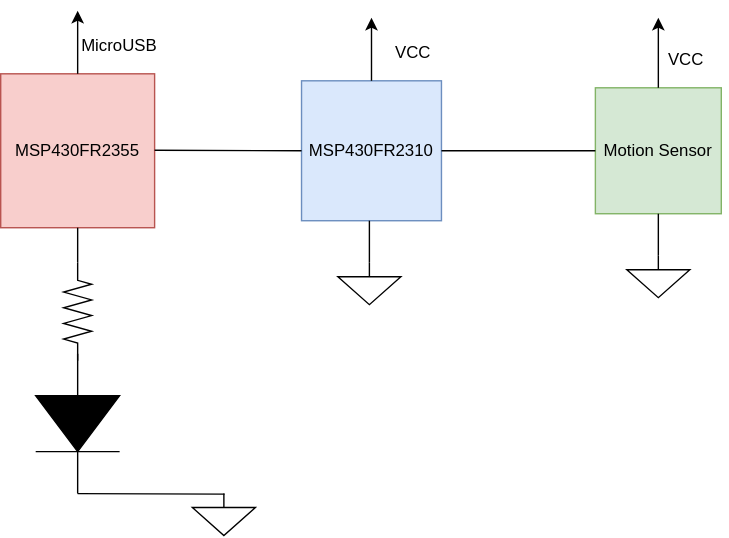
Before: docs/planning/Final-CircuitDiagram.drawio.svg, a diagram exported from draw.io (msu-eele-465/final-project-lukej267). Source tidied: cells renumbered, new cells last; positions are measured from the earlier drawing's top-left corner, leaving out a move shared by most shapes.
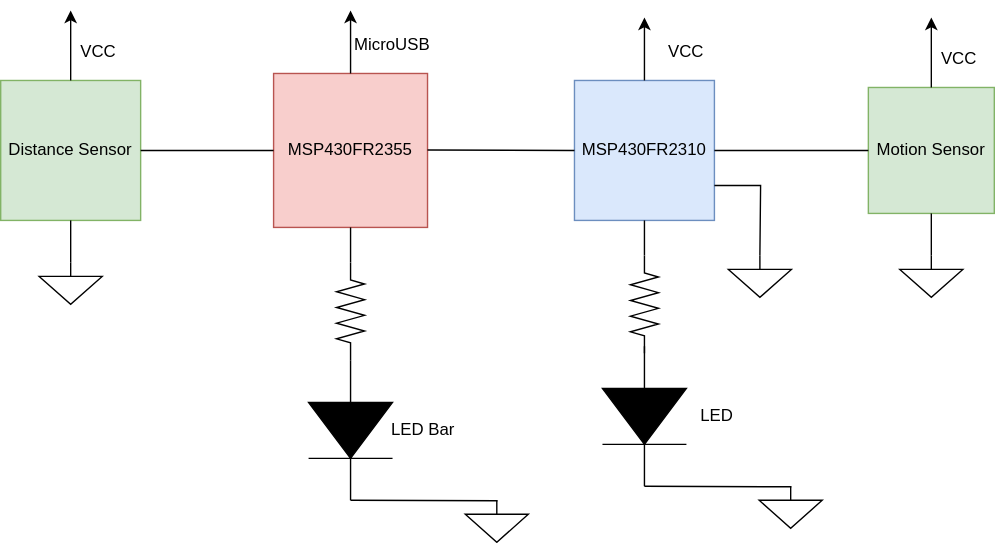
After the commit.

Commit message:
edited flowchart to be accurate to the project``

Diff of the diagram source:
```diff
@@ -37,11 +37,13 @@
       <mxGeometry x="265" y="15" width="60" height="30" as="geometry" />
     </mxCell>
     <mxCell id="12" style="verticalLabelPosition=bottom;shadow=0;dashed=0;align=center;html=1;verticalAlign=top;shape=mxgraph.electrical.signal_sources.signal_ground;" parent="1" vertex="1">
-      <mxGeometry x="241" y="180" width="45" height="30" as="geometry" />
+      <mxGeometry x="325" y="175" width="45" height="30" as="geometry" />
     </mxCell>
-    <mxCell id="13" style="endArrow=none;html=1;rounded=0;exitX=0.5;exitY=0;exitDx=0;exitDy=0;exitPerimeter=0;entryX=0.5;entryY=1;entryDx=0;entryDy=0;" parent="1" edge="1" source="12">
+    <mxCell id="13" style="endArrow=none;html=1;rounded=0;exitX=0.5;exitY=0;exitDx=0;exitDy=0;exitPerimeter=0;entryX=1;entryY=0.75;entryDx=0;entryDy=0;" parent="1" edge="1" source="12" target="3">
       <mxGeometry relative="1" as="geometry">
-        <mxPoint x="263.5" y="150" as="targetPoint" />
+        <Array as="points">
+          <mxPoint x="348" y="125" />
+        </Array>
       </mxGeometry>
     </mxCell>
     <mxCell id="14" style="endArrow=none;html=1;rounded=0;exitX=1;exitY=0.5;exitDx=0;exitDy=0;entryX=0;entryY=0.5;entryDx=0;entryDy=0;" parent="1" edge="1" target="3">
@@ -58,23 +60,76 @@
     <mxCell id="16" value="MicroUSB" style="text;html=1;align=center;verticalAlign=middle;whiteSpace=wrap;rounded=0;" parent="1" vertex="1">
       <mxGeometry x="55" y="10" width="60" height="30" as="geometry" />
     </mxCell>
-    <mxCell id="17" style="endArrow=none;html=1;rounded=0;exitX=0.5;exitY=1;exitDx=0;exitDy=0;" parent="1" edge="1" source="2" target="21">
-      <mxGeometry relative="1" as="geometry" />
+    <mxCell id="17" style="endArrow=none;html=1;rounded=0;exitX=0.5;exitY=1;exitDx=0;exitDy=0;" parent="1" edge="1" target="21">
+      <mxGeometry relative="1" as="geometry">
+        <mxPoint x="265" y="150" as="sourcePoint" />
+      </mxGeometry>
     </mxCell>
     <mxCell id="18" style="fillColor=strokeColor;verticalLabelPosition=bottom;shadow=0;dashed=0;align=center;html=1;verticalAlign=top;shape=mxgraph.electrical.diodes.diode;direction=south;" parent="1" vertex="1">
-      <mxGeometry x="25" y="245" width="60" height="100" as="geometry" />
+      <mxGeometry x="235" y="240" width="60" height="100" as="geometry" />
     </mxCell>
     <mxCell id="19" style="verticalLabelPosition=bottom;shadow=0;dashed=0;align=center;html=1;verticalAlign=top;shape=mxgraph.electrical.signal_sources.signal_ground;" parent="1" vertex="1">
-      <mxGeometry x="137" y="345" width="45" height="30" as="geometry" />
+      <mxGeometry x="347" y="340" width="45" height="30" as="geometry" />
     </mxCell>
     <mxCell id="20" style="endArrow=none;html=1;rounded=0;exitX=1;exitY=0.5;exitDx=0;exitDy=0;entryX=0;entryY=0.5;entryDx=0;entryDy=0;" parent="1" edge="1">
       <mxGeometry relative="1" as="geometry">
-        <mxPoint x="55" y="345" as="sourcePoint" />
-        <mxPoint x="160" y="345.4" as="targetPoint" />
+        <mxPoint x="265" y="340" as="sourcePoint" />
+        <mxPoint x="370" y="340.4" as="targetPoint" />
       </mxGeometry>
     </mxCell>
     <mxCell id="21" style="verticalLabelPosition=bottom;shadow=0;dashed=0;align=center;html=1;verticalAlign=top;shape=mxgraph.electrical.resistors.resistor_2;direction=south;" parent="1" vertex="1">
-      <mxGeometry x="45" y="180" width="20" height="70" as="geometry" />
+      <mxGeometry x="255" y="175" width="20" height="70" as="geometry" />
     </mxCell>
+    <mxCell id="22" value="Distance Sensor" style="whiteSpace=wrap;html=1;fillColor=#d5e8d4;strokeColor=#82b366;" parent="1" vertex="1">
+      <mxGeometry x="-195" y="50" width="100" height="100" as="geometry" />
+    </mxCell>
+    <mxCell id="23" style="endArrow=none;html=1;rounded=0;exitX=1;exitY=0.5;exitDx=0;exitDy=0;" parent="1" edge="1" source="22">
+      <mxGeometry relative="1" as="geometry">
+        <mxPoint y="100" as="targetPoint" />
+      </mxGeometry>
+    </mxCell>
+    <mxCell id="24" style="endArrow=classic;html=1;rounded=0;exitX=0.5;exitY=0;exitDx=0;exitDy=0;" parent="1" edge="1">
+      <mxGeometry relative="1" as="geometry">
+        <mxPoint x="-145" y="50" as="sourcePoint" />
+        <mxPoint x="-145" as="targetPoint" />
+      </mxGeometry>
+    </mxCell>
+    <mxCell id="25" value="VCC" style="text;html=1;align=center;verticalAlign=middle;whiteSpace=wrap;rounded=0;" parent="1" vertex="1">
+      <mxGeometry x="-155" y="15" width="60" height="30" as="geometry" />
+    </mxCell>
+    <mxCell id="26" style="verticalLabelPosition=bottom;shadow=0;dashed=0;align=center;html=1;verticalAlign=top;shape=mxgraph.electrical.signal_sources.signal_ground;" parent="1" vertex="1">
+      <mxGeometry x="-167.5" y="180" width="45" height="30" as="geometry" />
+    </mxCell>
+    <mxCell id="27" style="endArrow=none;html=1;rounded=0;exitX=0.5;exitY=0;exitDx=0;exitDy=0;exitPerimeter=0;entryX=0.5;entryY=1;entryDx=0;entryDy=0;" parent="1" edge="1" source="26">
+      <mxGeometry relative="1" as="geometry">
+        <mxPoint x="-145" y="150" as="targetPoint" />
+      </mxGeometry>
+    </mxCell>
+    <mxCell id="28" value="LED" style="text;html=1;align=center;verticalAlign=middle;whiteSpace=wrap;rounded=0;" parent="1" vertex="1">
+      <mxGeometry x="287" y="275" width="60" height="30" as="geometry" />
+    </mxCell>
+    <mxCell id="29" style="fillColor=strokeColor;verticalLabelPosition=bottom;shadow=0;dashed=0;align=center;html=1;verticalAlign=top;shape=mxgraph.electrical.diodes.diode;direction=south;" parent="1" vertex="1">
+      <mxGeometry x="25" y="250" width="60" height="100" as="geometry" />
+    </mxCell>
+    <mxCell id="30" style="verticalLabelPosition=bottom;shadow=0;dashed=0;align=center;html=1;verticalAlign=top;shape=mxgraph.electrical.signal_sources.signal_ground;" parent="1" vertex="1">
+      <mxGeometry x="137" y="350" width="45" height="30" as="geometry" />
+    </mxCell>
+    <mxCell id="31" style="endArrow=none;html=1;rounded=0;exitX=1;exitY=0.5;exitDx=0;exitDy=0;entryX=0;entryY=0.5;entryDx=0;entryDy=0;" parent="1" edge="1">
+      <mxGeometry relative="1" as="geometry">
+        <mxPoint x="55" y="350" as="sourcePoint" />
+        <mxPoint x="160" y="350.4" as="targetPoint" />
+      </mxGeometry>
+    </mxCell>
+    <mxCell id="32" value="LED Bar" style="text;html=1;align=center;verticalAlign=middle;whiteSpace=wrap;rounded=0;" parent="1" vertex="1">
+      <mxGeometry x="77" y="285" width="60" height="30" as="geometry" />
+    </mxCell>
+    <mxCell id="33" style="endArrow=none;html=1;rounded=0;exitX=0.5;exitY=1;exitDx=0;exitDy=0;" parent="1" edge="1" target="34">
+      <mxGeometry relative="1" as="geometry">
+        <mxPoint x="55" y="155" as="sourcePoint" />
+      </mxGeometry>
+    </mxCell>
+    <mxCell id="34" style="verticalLabelPosition=bottom;shadow=0;dashed=0;align=center;html=1;verticalAlign=top;shape=mxgraph.electrical.resistors.resistor_2;direction=south;" parent="1" vertex="1">
+      <mxGeometry x="45" y="180" width="20" height="70" as="geometry" />
+    </mxCell>
   </root>
 </mxGraphModel>
```
